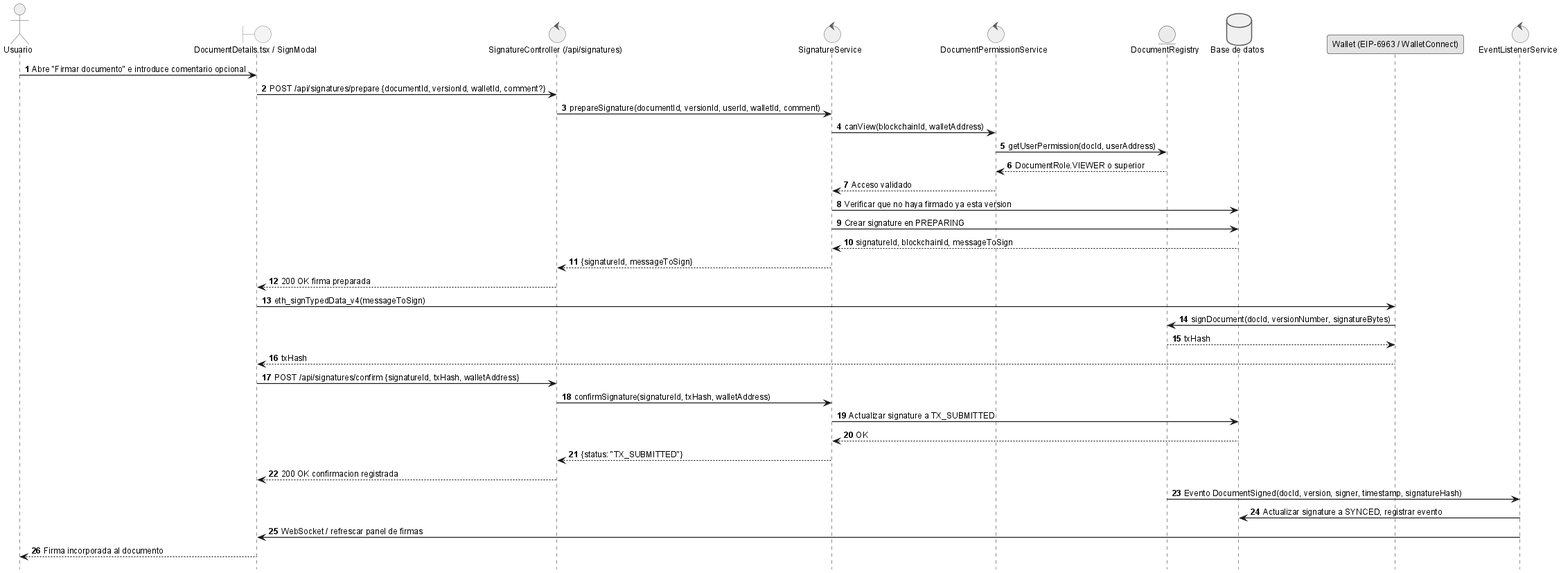
The PlantUML diagram anexos/diagramas/seq-sign.png in ErDeivih/DocumentChain, before a commit.
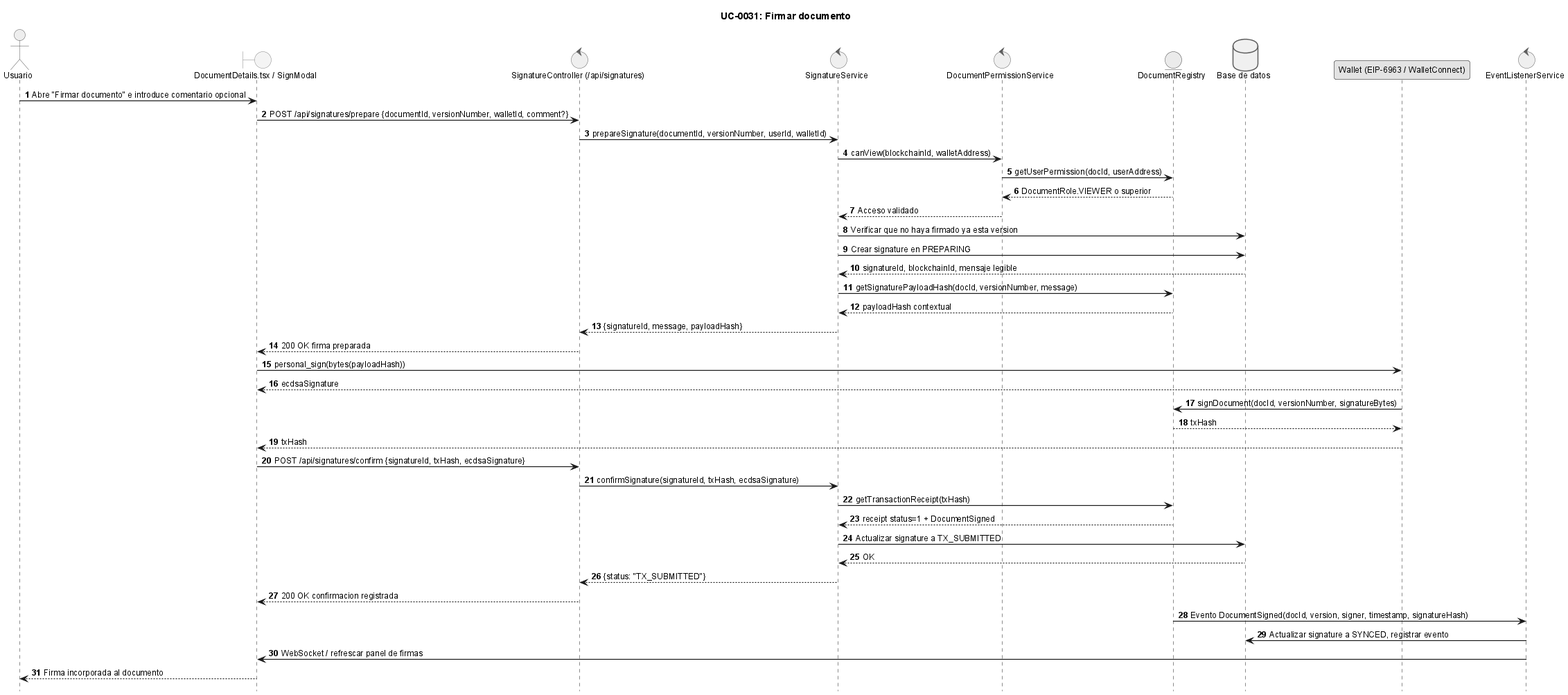
After the change.

The edit, as a diff of the source:
```diff
@@ -9,27 +9,33 @@
 database "Base de datos" as db
 participant "Wallet (EIP-6963 / WalletConnect)" as wallet
 control "EventListenerService" as listener
+title UC-0031: Firmar documento
 
 user -> ui: Abre "Firmar documento" e introduce comentario opcional
-ui -> api: POST /api/signatures/prepare {documentId, versionId, walletId, comment?}
-api -> srv: prepareSignature(documentId, versionId, userId, walletId, comment)
+ui -> api: POST /api/signatures/prepare {documentId, versionNumber, walletId, comment?}
+api -> srv: prepareSignature(documentId, versionNumber, userId, walletId)
 srv -> perm: canView(blockchainId, walletAddress)
 perm -> sc: getUserPermission(docId, userAddress)
 sc --> perm: DocumentRole.VIEWER o superior
 perm --> srv: Acceso validado
 srv -> db: Verificar que no haya firmado ya esta version
 srv -> db: Crear signature en PREPARING
-db --> srv: signatureId, blockchainId, messageToSign
-srv --> api: {signatureId, messageToSign}
+db --> srv: signatureId, blockchainId, mensaje legible
+srv -> sc: getSignaturePayloadHash(docId, versionNumber, message)
+sc --> srv: payloadHash contextual
+srv --> api: {signatureId, message, payloadHash}
 api --> ui: 200 OK firma preparada
 
-ui -> wallet: eth_signTypedData_v4(messageToSign)
+ui -> wallet: personal_sign(bytes(payloadHash))
+wallet --> ui: ecdsaSignature
 wallet -> sc: signDocument(docId, versionNumber, signatureBytes)
 sc --> wallet: txHash
 wallet --> ui: txHash
 
-ui -> api: POST /api/signatures/confirm {signatureId, txHash, walletAddress}
-api -> srv: confirmSignature(signatureId, txHash, walletAddress)
+ui -> api: POST /api/signatures/confirm {signatureId, txHash, ecdsaSignature}
+api -> srv: confirmSignature(signatureId, txHash, ecdsaSignature)
+srv -> sc: getTransactionReceipt(txHash)
+sc --> srv: receipt status=1 + DocumentSigned
 srv -> db: Actualizar signature a TX_SUBMITTED
 db --> srv: OK
 srv --> api: {status: "TX_SUBMITTED"}
```
